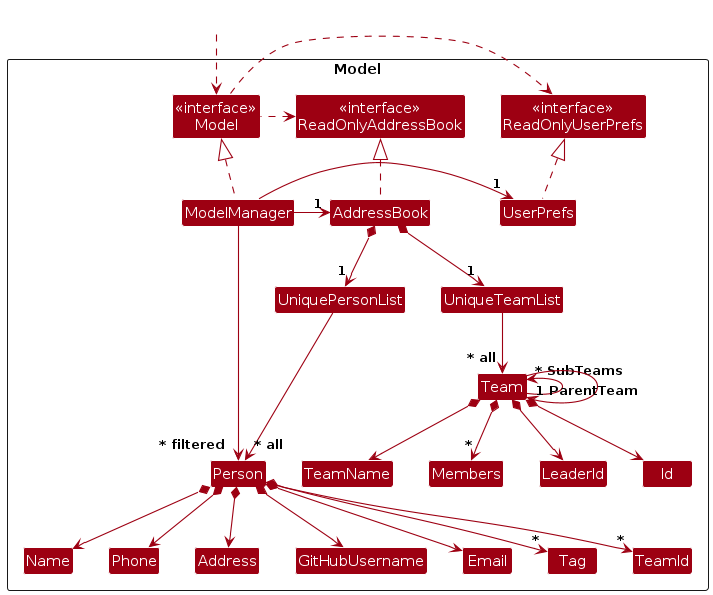
Above: diagrams/ModelClassDiagram.png in AY2526S1-CS2103-F12-1/tp (PlantUML), before the change. Its source is kept beside it as diagrams/ModelClassDiagram.puml.
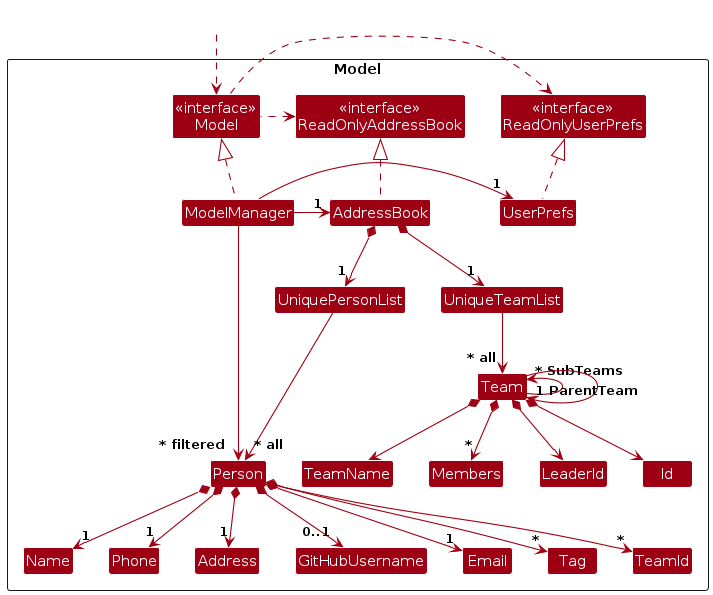
Above is the later version.

The edit, as a diff of the source:
```diff
@@ -47,11 +47,11 @@
 AddressBook *--> "1" UniqueTeamList
 
 UniquePersonList --> "~* all" Person
-Person *--> Name
-Person *--> Phone
-Person *--> Email
-Person *--> Address
-Person *--> GitHubUsername
+Person *--> "1" Name
+Person *--> "1" Phone
+Person *--> "1" Email
+Person *--> "1" Address
+Person *--> "0..1" GitHubUsername
 Person *--> "*" Tag
 Person --> "*" TeamId
 
```
